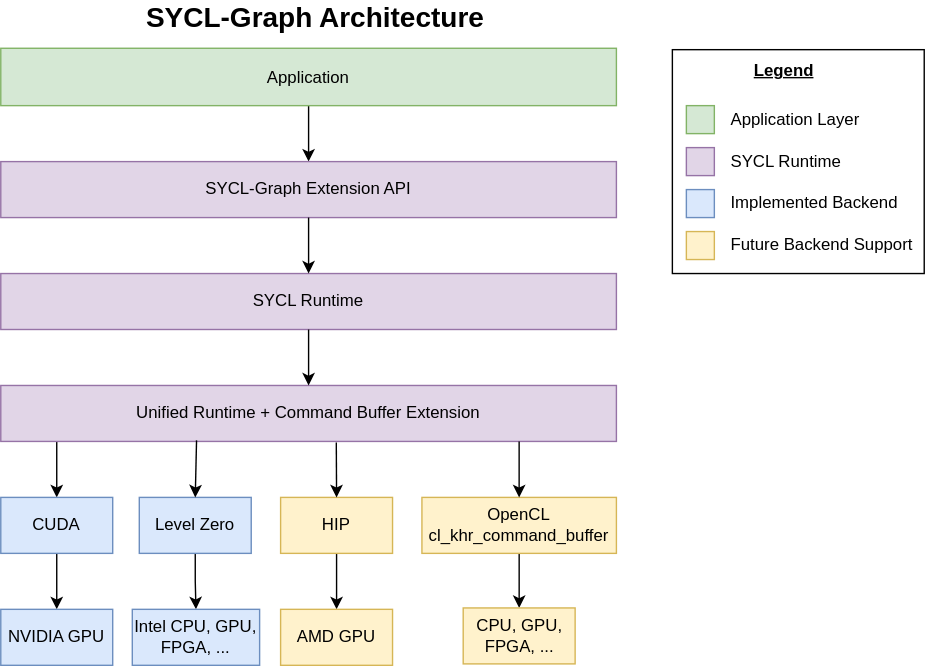
Above: sycl/doc/design/images/SYCL-Graph-Architecture.svg in intel/llvm (draw.io), before the change. Source tidied: cells renumbered, new cells last; positions are measured from the earlier drawing's top-left corner, leaving out a move shared by most shapes.
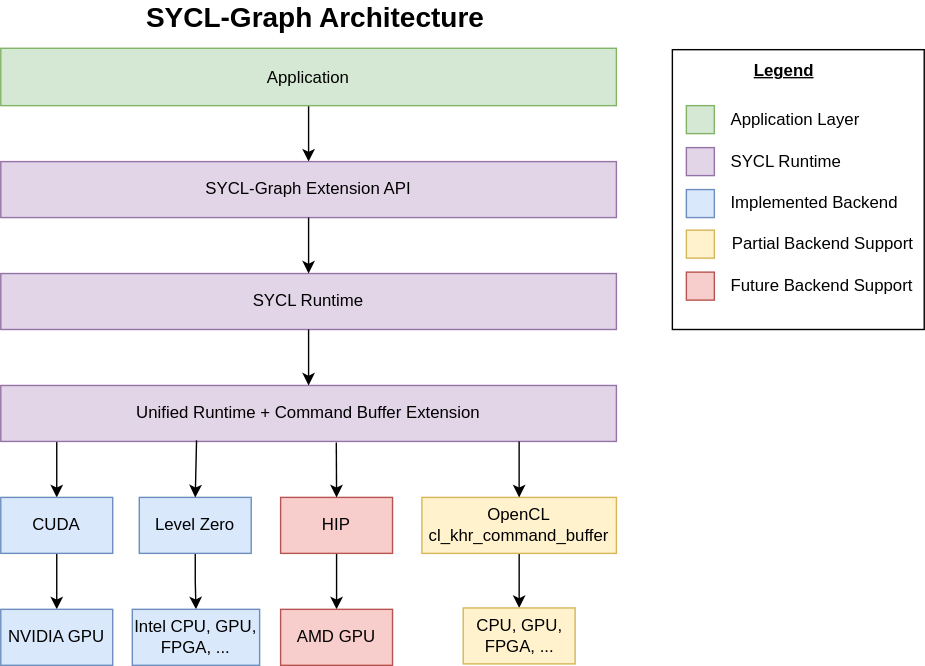
Above is the later version.

Change to the diagram source:
```diff
@@ -46,7 +46,7 @@
     <mxCell id="14" style="edgeStyle=orthogonalEdgeStyle;rounded=0;jettySize=auto;html=1;" parent="1" edge="1" source="15" target="18">
       <mxGeometry relative="1" as="geometry" />
     </mxCell>
-    <mxCell id="15" value="HIP" style="rounded=0;whiteSpace=wrap;html=1;fillColor=#fff2cc;strokeColor=#d6b656;" parent="1" vertex="1">
+    <mxCell id="15" value="HIP" style="rounded=0;whiteSpace=wrap;html=1;fillColor=#f8cecc;strokeColor=#b85450;" parent="1" vertex="1">
       <mxGeometry x="200" y="345" width="80" height="40" as="geometry" />
     </mxCell>
     <mxCell id="16" style="edgeStyle=orthogonalEdgeStyle;rounded=0;jettySize=auto;html=1;" parent="1" edge="1" source="17" target="19">
@@ -55,7 +55,7 @@
     <mxCell id="17" value="OpenCL cl_khr_command_buffer" style="rounded=0;whiteSpace=wrap;html=1;fillColor=#fff2cc;strokeColor=#d6b656;" parent="1" vertex="1">
       <mxGeometry x="301" y="345" width="139" height="40" as="geometry" />
     </mxCell>
-    <mxCell id="18" value="AMD GPU" style="rounded=0;whiteSpace=wrap;html=1;fillColor=#fff2cc;strokeColor=#d6b656;" parent="1" vertex="1">
+    <mxCell id="18" value="AMD GPU" style="rounded=0;whiteSpace=wrap;html=1;fillColor=#f8cecc;strokeColor=#b85450;" parent="1" vertex="1">
       <mxGeometry x="200" y="425" width="80" height="40" as="geometry" />
     </mxCell>
     <mxCell id="19" value="CPU, GPU, FPGA, ..." style="rounded=0;whiteSpace=wrap;html=1;fillColor=#fff2cc;strokeColor=#d6b656;" parent="1" vertex="1">
@@ -82,7 +82,7 @@
       <mxGeometry x="10" width="430" height="20" as="geometry" />
     </mxCell>
     <mxCell id="26" value="&lt;p align=&quot;center&quot; style=&quot;line-height: 90%;&quot;&gt;&lt;br&gt;&lt;/p&gt;" style="rounded=0;whiteSpace=wrap;html=1;align=center;" parent="1" vertex="1">
-      <mxGeometry x="480" y="25" width="180" height="160" as="geometry" />
+      <mxGeometry x="480" y="25" width="180" height="200" as="geometry" />
     </mxCell>
     <mxCell id="27" style="whiteSpace=wrap;html=1;fillColor=#d5e8d4;strokeColor=#82b366;" parent="1" vertex="1">
       <mxGeometry x="490" y="65" width="20" height="20" as="geometry" />
@@ -93,8 +93,8 @@
     <mxCell id="29" style="whiteSpace=wrap;html=1;fillColor=#dae8fc;strokeColor=#6c8ebf;" parent="1" vertex="1">
       <mxGeometry x="490" y="125" width="20" height="20" as="geometry" />
     </mxCell>
-    <mxCell id="30" style="whiteSpace=wrap;html=1;fillColor=#fff2cc;strokeColor=#d6b656;" parent="1" vertex="1">
-      <mxGeometry x="490" y="155" width="20" height="20" as="geometry" />
+    <mxCell id="30" style="whiteSpace=wrap;html=1;fillColor=#f8cecc;strokeColor=#b85450;" parent="1" vertex="1">
+      <mxGeometry x="490" y="184" width="20" height="20" as="geometry" />
     </mxCell>
     <mxCell id="31" value="Application Layer" style="text;html=1;strokeColor=none;fillColor=none;align=left;verticalAlign=middle;whiteSpace=wrap;rounded=0;" parent="1" vertex="1">
       <mxGeometry x="520" y="65" width="110" height="20" as="geometry" />
@@ -106,10 +106,16 @@
       <mxGeometry x="520" y="95" width="110" height="20" as="geometry" />
     </mxCell>
     <mxCell id="34" value="Future Backend Support" style="text;html=1;strokeColor=none;fillColor=none;align=left;verticalAlign=middle;whiteSpace=wrap;rounded=0;" parent="1" vertex="1">
-      <mxGeometry x="520" y="155" width="140" height="20" as="geometry" />
+      <mxGeometry x="520" y="184" width="140" height="20" as="geometry" />
     </mxCell>
     <mxCell id="35" value="Legend" style="text;html=1;strokeColor=none;fillColor=none;align=center;verticalAlign=middle;whiteSpace=wrap;rounded=0;fontStyle=5;" parent="1" vertex="1">
       <mxGeometry x="530" y="25" width="60" height="30" as="geometry" />
     </mxCell>
+    <mxCell id="36" style="whiteSpace=wrap;html=1;fillColor=#fff2cc;strokeColor=#d6b656;" parent="1" vertex="1">
+      <mxGeometry x="490" y="154" width="20" height="20" as="geometry" />
+    </mxCell>
+    <mxCell id="37" value="Partial Backend Support" style="text;html=1;strokeColor=none;fillColor=none;align=left;verticalAlign=middle;whiteSpace=wrap;rounded=0;" parent="1" vertex="1">
+      <mxGeometry x="521" y="154" width="139" height="20" as="geometry" />
+    </mxCell>
   </root>
 </mxGraphModel>
```
